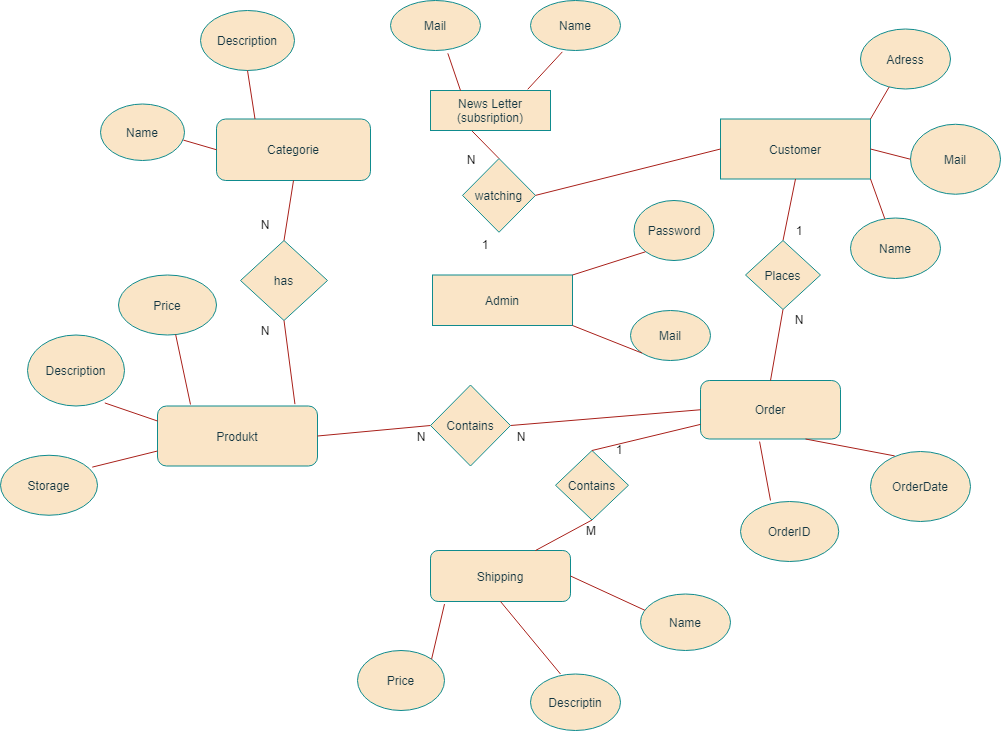
The draw.io diagram Untitled Diagram.drawio.png in TechWithRyan/Webbshop, before a commit. Source tidied: cells renumbered, new cells last; positions are measured from the earlier drawing's top-left corner, leaving out a move shared by most shapes.
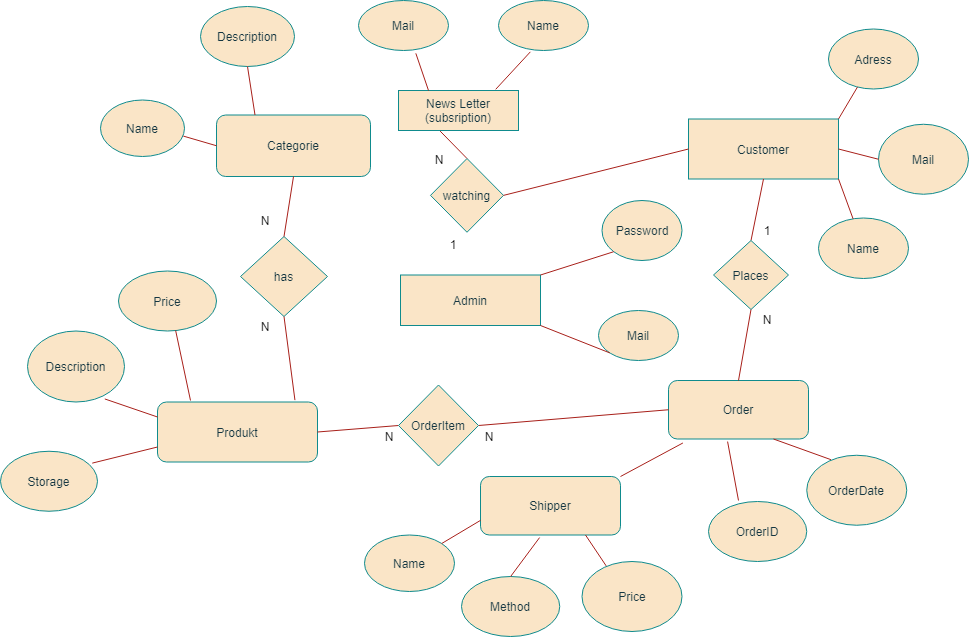
After the change.

What changed in the source:
```diff
@@ -6,14 +6,11 @@
       <mxGeometry x="720" y="118.5" width="150" height="60" as="geometry" />
     </mxCell>
     <mxCell id="3" value="Produkt" style="rounded=1;whiteSpace=wrap;html=1;fontSize=12;glass=0;strokeWidth=1;shadow=0;fillColor=#FAE5C7;strokeColor=#0F8B8D;fontColor=#143642;" parent="1" vertex="1">
-      <mxGeometry x="157" y="405.5" width="160" height="60" as="geometry" />
+      <mxGeometry x="189" y="401.5" width="160" height="60" as="geometry" />
     </mxCell>
     <mxCell id="4" value="Order" style="rounded=1;whiteSpace=wrap;html=1;fontSize=12;glass=0;strokeWidth=1;shadow=0;fillColor=#FAE5C7;strokeColor=#0F8B8D;fontColor=#143642;" parent="1" vertex="1">
       <mxGeometry x="700" y="380" width="140" height="58.5" as="geometry" />
     </mxCell>
-    <mxCell id="5" value="Shipping" style="rounded=1;whiteSpace=wrap;html=1;fontSize=12;glass=0;strokeWidth=1;shadow=0;fillColor=#FAE5C7;strokeColor=#0F8B8D;fontColor=#143642;" parent="1" vertex="1">
-      <mxGeometry x="430" y="550" width="140" height="51" as="geometry" />
-    </mxCell>
     <mxCell id="6" value="Adress" style="ellipse;whiteSpace=wrap;html=1;fillColor=#FAE5C7;strokeColor=#0F8B8D;fontColor=#143642;" parent="1" vertex="1">
       <mxGeometry x="860" y="28.5" width="90" height="60" as="geometry" />
     </mxCell>
@@ -24,7 +21,7 @@
       <mxGeometry x="740" y="501" width="98.2" height="60" as="geometry" />
     </mxCell>
     <mxCell id="9" value="OrderDate" style="ellipse;whiteSpace=wrap;html=1;fillColor=#FAE5C7;strokeColor=#0F8B8D;fontColor=#143642;" parent="1" vertex="1">
-      <mxGeometry x="870" y="451" width="100" height="70" as="geometry" />
+      <mxGeometry x="838.2" y="454.8" width="100" height="70" as="geometry" />
     </mxCell>
     <mxCell id="10" style="endArrow=none;html=1;entryX=0.422;entryY=1.044;entryDx=0;entryDy=0;entryPerimeter=0;labelBackgroundColor=#DAD2D8;strokeColor=#A8201A;fontColor=#143642;" parent="1" edge="1" target="4">
       <mxGeometry relative="1" as="geometry">
@@ -34,35 +31,23 @@
     <mxCell id="11" style="endArrow=none;html=1;exitX=0.242;exitY=0.063;exitDx=0;exitDy=0;exitPerimeter=0;entryX=0.75;entryY=1;entryDx=0;entryDy=0;labelBackgroundColor=#DAD2D8;strokeColor=#A8201A;fontColor=#143642;" parent="1" edge="1" source="9" target="4">
       <mxGeometry relative="1" as="geometry" />
     </mxCell>
-    <mxCell id="12" value="Descriptin" style="ellipse;whiteSpace=wrap;html=1;fillColor=#FAE5C7;strokeColor=#0F8B8D;fontColor=#143642;" parent="1" vertex="1">
-      <mxGeometry x="530" y="673.5" width="90" height="56.5" as="geometry" />
-    </mxCell>
-    <mxCell id="13" value="Price" style="ellipse;whiteSpace=wrap;html=1;fillColor=#FAE5C7;strokeColor=#0F8B8D;fontColor=#143642;" parent="1" vertex="1">
-      <mxGeometry x="357" y="650" width="87" height="60" as="geometry" />
-    </mxCell>
-    <mxCell id="14" value="Name" style="ellipse;whiteSpace=wrap;html=1;fillColor=#FAE5C7;strokeColor=#0F8B8D;fontColor=#143642;" parent="1" vertex="1">
-      <mxGeometry x="640" y="593.5" width="90" height="56.5" as="geometry" />
-    </mxCell>
-    <mxCell id="15" style="endArrow=none;html=1;exitX=0.5;exitY=1;exitDx=0;exitDy=0;entryX=0.333;entryY=0;entryDx=0;entryDy=0;entryPerimeter=0;labelBackgroundColor=#DAD2D8;strokeColor=#A8201A;fontColor=#143642;" parent="1" edge="1" source="5" target="12">
-      <mxGeometry relative="1" as="geometry" />
-    </mxCell>
-    <mxCell id="16" style="endArrow=none;html=1;exitX=0.1;exitY=1.05;exitDx=0;exitDy=0;entryX=1;entryY=0;entryDx=0;entryDy=0;exitPerimeter=0;labelBackgroundColor=#DAD2D8;strokeColor=#A8201A;fontColor=#143642;" parent="1" edge="1" source="5" target="13">
-      <mxGeometry relative="1" as="geometry" />
-    </mxCell>
-    <mxCell id="17" style="endArrow=none;html=1;exitX=1;exitY=0.5;exitDx=0;exitDy=0;entryX=0.05;entryY=0.289;entryDx=0;entryDy=0;labelBackgroundColor=#DAD2D8;strokeColor=#A8201A;fontColor=#143642;entryPerimeter=0;" parent="1" edge="1" source="5" target="14">
+    <mxCell id="17" style="endArrow=none;html=1;exitX=0.103;exitY=1.068;exitDx=0;exitDy=0;entryX=1;entryY=0;entryDx=0;entryDy=0;labelBackgroundColor=#DAD2D8;strokeColor=#A8201A;fontColor=#143642;exitPerimeter=0;" parent="1" edge="1" source="4" target="70">
       <mxGeometry relative="1" as="geometry" />
     </mxCell>
-    <mxCell id="18" style="edgeStyle=orthogonalEdgeStyle;rounded=0;orthogonalLoop=1;jettySize=auto;html=1;exitX=0.5;exitY=1;exitDx=0;exitDy=0;labelBackgroundColor=#DAD2D8;strokeColor=#A8201A;fontColor=#143642;" parent="1" edge="1" source="14" target="14">
-      <mxGeometry relative="1" as="geometry" />
+    <mxCell id="18" style="edgeStyle=orthogonalEdgeStyle;rounded=0;orthogonalLoop=1;jettySize=auto;html=1;exitX=0.5;exitY=1;exitDx=0;exitDy=0;labelBackgroundColor=#DAD2D8;strokeColor=#A8201A;fontColor=#143642;" parent="1" edge="1">
+      <mxGeometry relative="1" as="geometry">
+        <mxPoint x="661" y="532.5" as="sourcePoint" />
+        <mxPoint x="661" y="532.5" as="targetPoint" />
+      </mxGeometry>
     </mxCell>
     <mxCell id="19" value="Price" style="ellipse;whiteSpace=wrap;html=1;fillColor=#FAE5C7;strokeColor=#0F8B8D;fontColor=#143642;" parent="1" vertex="1">
-      <mxGeometry x="118" y="274.5" width="98" height="60" as="geometry" />
+      <mxGeometry x="150" y="270.5" width="98" height="60" as="geometry" />
     </mxCell>
     <mxCell id="20" value="Description" style="ellipse;whiteSpace=wrap;html=1;fillColor=#FAE5C7;strokeColor=#0F8B8D;fontColor=#143642;" parent="1" vertex="1">
-      <mxGeometry x="27" y="334.5" width="97" height="71" as="geometry" />
+      <mxGeometry x="59" y="330.5" width="97" height="71" as="geometry" />
     </mxCell>
     <mxCell id="21" value="Storage" style="ellipse;whiteSpace=wrap;html=1;fillColor=#FAE5C7;strokeColor=#0F8B8D;fontColor=#143642;" parent="1" vertex="1">
-      <mxGeometry y="454.8" width="97" height="60" as="geometry" />
+      <mxGeometry x="32" y="450.8" width="97" height="60" as="geometry" />
     </mxCell>
     <mxCell id="22" style="endArrow=none;html=1;entryX=0;entryY=0.75;entryDx=0;entryDy=0;exitX=0.946;exitY=0.198;exitDx=0;exitDy=0;exitPerimeter=0;labelBackgroundColor=#DAD2D8;strokeColor=#A8201A;fontColor=#143642;" parent="1" edge="1" source="21" target="3">
       <mxGeometry relative="1" as="geometry" />
@@ -72,15 +57,12 @@
     </mxCell>
     <mxCell id="24" style="endArrow=none;html=1;exitX=0.583;exitY=0.991;exitDx=0;exitDy=0;exitPerimeter=0;labelBackgroundColor=#DAD2D8;strokeColor=#A8201A;fontColor=#143642;" parent="1" edge="1" source="19">
       <mxGeometry relative="1" as="geometry">
-        <mxPoint x="190" y="404" as="targetPoint" />
+        <mxPoint x="222" y="400" as="targetPoint" />
       </mxGeometry>
     </mxCell>
     <mxCell id="25" value="Name" style="ellipse;whiteSpace=wrap;html=1;fillColor=#FAE5C7;strokeColor=#0F8B8D;fontColor=#143642;" parent="1" vertex="1">
       <mxGeometry x="530" width="90" height="50" as="geometry" />
     </mxCell>
-    <mxCell id="26" style="endArrow=none;html=1;exitX=0.75;exitY=0;exitDx=0;exitDy=0;entryX=0.5;entryY=1;entryDx=0;entryDy=0;labelBackgroundColor=#DAD2D8;strokeColor=#A8201A;fontColor=#143642;" parent="1" edge="1" source="5" target="39">
-      <mxGeometry relative="1" as="geometry" />
-    </mxCell>
     <mxCell id="27" style="endArrow=none;html=1;entryX=1;entryY=0.5;entryDx=0;entryDy=0;labelBackgroundColor=#DAD2D8;strokeColor=#A8201A;fontColor=#143642;exitX=0;exitY=0.5;exitDx=0;exitDy=0;" parent="1" edge="1" source="4" target="31">
       <mxGeometry relative="1" as="geometry" />
     </mxCell>
@@ -93,7 +75,7 @@
     <mxCell id="30" value="Mail" style="ellipse;whiteSpace=wrap;html=1;fillColor=#FAE5C7;strokeColor=#0F8B8D;fontColor=#143642;" parent="1" vertex="1">
       <mxGeometry x="630" y="310" width="80" height="50" as="geometry" />
     </mxCell>
-    <mxCell id="31" value="Contains" style="rhombus;whiteSpace=wrap;html=1;fillColor=#FAE5C7;strokeColor=#0F8B8D;fontColor=#143642;" parent="1" vertex="1">
+    <mxCell id="31" value="OrderItem" style="rhombus;whiteSpace=wrap;html=1;fillColor=#FAE5C7;strokeColor=#0F8B8D;fontColor=#143642;" parent="1" vertex="1">
       <mxGeometry x="430" y="384.5" width="80" height="81" as="geometry" />
     </mxCell>
     <mxCell id="32" style="endArrow=none;html=1;entryX=0.5;entryY=1;entryDx=0;entryDy=0;exitX=0.5;exitY=0;exitDx=0;exitDy=0;labelBackgroundColor=#DAD2D8;strokeColor=#A8201A;fontColor=#143642;" parent="1" edge="1" source="37" target="2">
@@ -117,32 +99,26 @@
     <mxCell id="38" style="endArrow=none;html=1;entryX=0.5;entryY=1;entryDx=0;entryDy=0;exitX=0.5;exitY=0;exitDx=0;exitDy=0;labelBackgroundColor=#DAD2D8;strokeColor=#A8201A;fontColor=#143642;" parent="1" edge="1" source="4" target="37">
       <mxGeometry relative="1" as="geometry" />
     </mxCell>
-    <mxCell id="39" value="Contains" style="rhombus;whiteSpace=wrap;html=1;fillColor=#FAE5C7;strokeColor=#0F8B8D;fontColor=#143642;" parent="1" vertex="1">
-      <mxGeometry x="555" y="450" width="73" height="69.5" as="geometry" />
-    </mxCell>
-    <mxCell id="40" style="endArrow=none;html=1;exitX=0;exitY=0.75;exitDx=0;exitDy=0;entryX=0.5;entryY=0;entryDx=0;entryDy=0;labelBackgroundColor=#DAD2D8;strokeColor=#A8201A;fontColor=#143642;" parent="1" edge="1" source="4" target="39">
-      <mxGeometry relative="1" as="geometry" />
-    </mxCell>
     <mxCell id="41" value="Password" style="ellipse;whiteSpace=wrap;html=1;fillColor=#FAE5C7;strokeColor=#0F8B8D;fontColor=#143642;" parent="1" vertex="1">
       <mxGeometry x="633.5" y="200" width="80" height="60" as="geometry" />
     </mxCell>
     <mxCell id="42" value="has" style="rhombus;whiteSpace=wrap;html=1;fillColor=#FAE5C7;strokeColor=#0F8B8D;fontColor=#143642;" parent="1" vertex="1">
-      <mxGeometry x="240" y="240" width="87" height="80" as="geometry" />
+      <mxGeometry x="272" y="236" width="87" height="80" as="geometry" />
     </mxCell>
     <mxCell id="43" style="endArrow=none;html=1;exitX=0.5;exitY=1;exitDx=0;exitDy=0;entryX=0.859;entryY=-0.031;entryDx=0;entryDy=0;entryPerimeter=0;labelBackgroundColor=#DAD2D8;strokeColor=#A8201A;fontColor=#143642;" parent="1" edge="1" source="42" target="3">
       <mxGeometry relative="1" as="geometry" />
     </mxCell>
     <mxCell id="44" value="Categorie" style="rounded=1;whiteSpace=wrap;html=1;fontSize=12;glass=0;strokeWidth=1;shadow=0;fillColor=#FAE5C7;strokeColor=#0F8B8D;fontColor=#143642;" parent="1" vertex="1">
-      <mxGeometry x="216" y="118.5" width="154" height="61.5" as="geometry" />
+      <mxGeometry x="248" y="114.5" width="154" height="61.5" as="geometry" />
     </mxCell>
     <mxCell id="45" style="endArrow=none;html=1;exitX=0.5;exitY=1;exitDx=0;exitDy=0;entryX=0.5;entryY=0;entryDx=0;entryDy=0;labelBackgroundColor=#DAD2D8;strokeColor=#A8201A;fontColor=#143642;" parent="1" edge="1" source="44" target="42">
       <mxGeometry relative="1" as="geometry" />
     </mxCell>
     <mxCell id="46" value="Name" style="ellipse;whiteSpace=wrap;html=1;fillColor=#FAE5C7;strokeColor=#0F8B8D;fontColor=#143642;" parent="1" vertex="1">
-      <mxGeometry x="100" y="103.5" width="84" height="56.5" as="geometry" />
+      <mxGeometry x="132" y="99.5" width="84" height="56.5" as="geometry" />
     </mxCell>
     <mxCell id="47" value="Description" style="ellipse;whiteSpace=wrap;html=1;fillColor=#FAE5C7;strokeColor=#0F8B8D;fontColor=#143642;" parent="1" vertex="1">
-      <mxGeometry x="200" y="10" width="94" height="60" as="geometry" />
+      <mxGeometry x="232" y="6" width="94" height="60" as="geometry" />
     </mxCell>
     <mxCell id="48" style="endArrow=none;html=1;exitX=0;exitY=0.5;exitDx=0;exitDy=0;entryX=0.985;entryY=0.638;entryDx=0;entryDy=0;labelBackgroundColor=#DAD2D8;strokeColor=#A8201A;fontColor=#143642;entryPerimeter=0;" parent="1" edge="1" source="44" target="46">
       <mxGeometry relative="1" as="geometry" />
@@ -187,10 +163,10 @@
       <mxGeometry x="512" y="425.5" width="18" height="20" as="geometry" />
     </mxCell>
     <mxCell id="62" value="N" style="text;html=1;strokeColor=none;fillColor=none;align=center;verticalAlign=middle;whiteSpace=wrap;rounded=0;fontColor=#0D0D0D;" parent="1" vertex="1">
-      <mxGeometry x="255.5" y="320" width="18" height="20" as="geometry" />
+      <mxGeometry x="287.5" y="316" width="18" height="20" as="geometry" />
     </mxCell>
     <mxCell id="63" value="N" style="text;html=1;strokeColor=none;fillColor=none;align=center;verticalAlign=middle;whiteSpace=wrap;rounded=0;fontColor=#0D0D0D;" parent="1" vertex="1">
-      <mxGeometry x="255.5" y="213.8" width="18" height="20" as="geometry" />
+      <mxGeometry x="287.5" y="209.8" width="18" height="20" as="geometry" />
     </mxCell>
     <mxCell id="64" value="N" style="text;html=1;strokeColor=none;fillColor=none;align=center;verticalAlign=middle;whiteSpace=wrap;rounded=0;fontColor=#0D0D0D;" parent="1" vertex="1">
       <mxGeometry x="790" y="309" width="18" height="20" as="geometry" />
@@ -204,11 +180,29 @@
     <mxCell id="67" value="1" style="text;html=1;strokeColor=none;fillColor=none;align=center;verticalAlign=middle;whiteSpace=wrap;rounded=0;fontColor=#0D0D0D;" parent="1" vertex="1">
       <mxGeometry x="470" y="233.8" width="30" height="20" as="geometry" />
     </mxCell>
-    <mxCell id="68" value="1" style="text;html=1;strokeColor=none;fillColor=none;align=center;verticalAlign=middle;whiteSpace=wrap;rounded=0;fontColor=#0D0D0D;" parent="1" vertex="1">
-      <mxGeometry x="610" y="438.5" width="18" height="20" as="geometry" />
-    </mxCell>
-    <mxCell id="69" value="M" style="text;html=1;strokeColor=none;fillColor=none;align=center;verticalAlign=middle;whiteSpace=wrap;rounded=0;fontColor=#0D0D0D;" parent="1" vertex="1">
-      <mxGeometry x="582" y="519.5" width="18" height="20" as="geometry" />
-    </mxCell>
+    <mxCell id="70" value="Shipper" style="rounded=1;whiteSpace=wrap;html=1;fontSize=12;glass=0;strokeWidth=1;shadow=0;fillColor=#FAE5C7;strokeColor=#0F8B8D;fontColor=#143642;" parent="1" vertex="1">
+      <mxGeometry x="512" y="476" width="140" height="58.5" as="geometry" />
+    </mxCell>
+    <mxCell id="71" value="Method" style="ellipse;whiteSpace=wrap;html=1;fillColor=#FAE5C7;strokeColor=#0F8B8D;fontColor=#143642;" parent="1" vertex="1">
+      <mxGeometry x="493" y="576" width="98.2" height="60" as="geometry" />
+    </mxCell>
+    <mxCell id="13" value="Price" style="ellipse;whiteSpace=wrap;html=1;fillColor=#FAE5C7;strokeColor=#0F8B8D;fontColor=#143642;" parent="1" vertex="1">
+      <mxGeometry x="613.5" y="561" width="100" height="70" as="geometry" />
+    </mxCell>
+    <mxCell id="72" style="endArrow=none;html=1;entryX=0.422;entryY=1.044;entryDx=0;entryDy=0;entryPerimeter=0;labelBackgroundColor=#DAD2D8;strokeColor=#A8201A;fontColor=#143642;exitX=0.5;exitY=0;exitDx=0;exitDy=0;" parent="1" edge="1" source="71" target="70">
+      <mxGeometry relative="1" as="geometry" />
+    </mxCell>
+    <mxCell id="73" style="endArrow=none;html=1;exitX=0.242;exitY=0.063;exitDx=0;exitDy=0;exitPerimeter=0;entryX=0.75;entryY=1;entryDx=0;entryDy=0;labelBackgroundColor=#DAD2D8;strokeColor=#A8201A;fontColor=#143642;" parent="1" edge="1" source="13" target="70">
+      <mxGeometry relative="1" as="geometry" />
+    </mxCell>
+    <mxCell id="14" value="Name" style="ellipse;whiteSpace=wrap;html=1;fillColor=#FAE5C7;strokeColor=#0F8B8D;fontColor=#143642;" parent="1" vertex="1">
+      <mxGeometry x="396" y="534.5" width="90" height="56.5" as="geometry" />
+    </mxCell>
+    <mxCell id="74" style="endArrow=none;html=1;exitX=0;exitY=0.75;exitDx=0;exitDy=0;entryX=1;entryY=0;entryDx=0;entryDy=0;labelBackgroundColor=#DAD2D8;strokeColor=#A8201A;fontColor=#143642;" parent="1" edge="1" source="70" target="14">
+      <mxGeometry relative="1" as="geometry" />
+    </mxCell>
+    <mxCell id="75" style="edgeStyle=orthogonalEdgeStyle;rounded=0;orthogonalLoop=1;jettySize=auto;html=1;exitX=0.5;exitY=1;exitDx=0;exitDy=0;labelBackgroundColor=#DAD2D8;strokeColor=#A8201A;fontColor=#143642;" parent="1" edge="1" source="14" target="14">
+      <mxGeometry relative="1" as="geometry" />
+    </mxCell>
   </root>
 </mxGraphModel>
```
